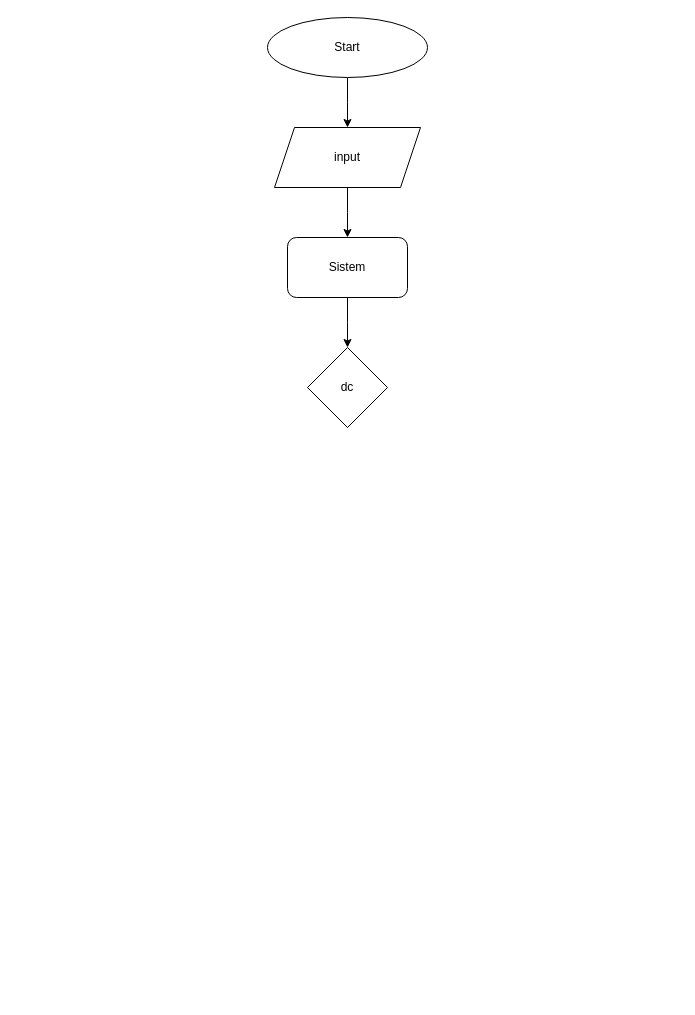
Before: FlowChartNilaiSiswa.drawio in gaminghubindo/Nilai-Siswa, a draw.io diagram. Source tidied: cells renumbered, new cells numbered last; positions are measured from the earlier drawing's top-left corner, leaving out a move shared by most shapes. Both pictures are drawn from the tidied source at 100%, with x=0, y=0 at pixel (267, 17).
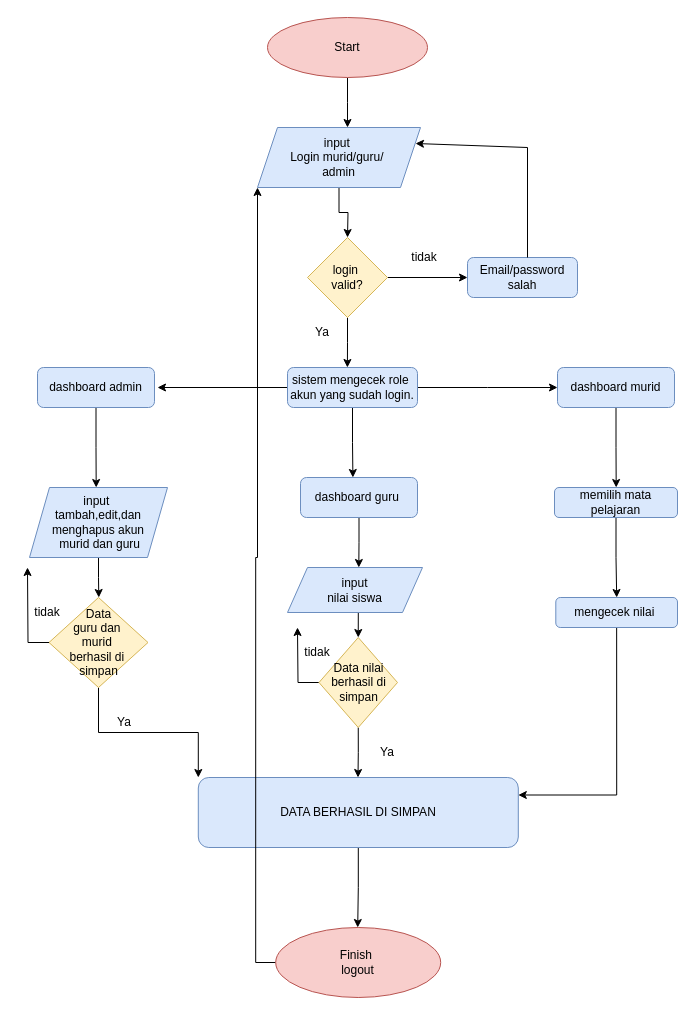
Above is the later version.

What changed in the source:
```diff
@@
-    <mxCell id="3" value="Start" style="ellipse;whiteSpace=wrap;html=1;" parent="1" vertex="1">
+    <mxCell id="3" value="Start" style="ellipse;whiteSpace=wrap;html=1;fillColor=#f8cecc;strokeColor=#b85450;" parent="1" vertex="1">
       <mxGeometry width="160" height="60" as="geometry" />
     </mxCell>
@@
-    <mxCell id="5" value="input" style="shape=parallelogram;perimeter=parallelogramPerimeter;whiteSpace=wrap;html=1;fixedSize=1;" parent="1" vertex="1">
-      <mxGeometry x="7" y="110" width="146" height="60" as="geometry" />
+    <mxCell id="5" value="input&amp;nbsp;&lt;div&gt;Login murid/guru/&amp;nbsp;&lt;div&gt;admin&lt;/div&gt;&lt;/div&gt;" style="shape=parallelogram;perimeter=parallelogramPerimeter;whiteSpace=wrap;html=1;fixedSize=1;fillColor=#dae8fc;strokeColor=#6c8ebf;" parent="1" vertex="1">
+      <mxGeometry x="-10" y="110" width="163" height="60" as="geometry" />
     </mxCell>
-    <mxCell id="6" style="edgeStyle=orthogonalEdgeStyle;rounded=0;jettySize=auto;html=1;exitX=0.5;exitY=1;exitDx=0;exitDy=0;" parent="1" edge="1" source="7">
-      <mxGeometry relative="1" as="geometry">
-        <mxPoint x="80" y="330" as="targetPoint" />
-      </mxGeometry>
-    </mxCell>
-    <mxCell id="7" value="Sistem" style="rounded=1;whiteSpace=wrap;html=1;" parent="1" vertex="1">
-      <mxGeometry x="20" y="220" width="120" height="60" as="geometry" />
-    </mxCell>
+    <mxCell id="9" style="edgeStyle=orthogonalEdgeStyle;rounded=0;jettySize=auto;html=1;exitX=0.5;exitY=1;exitDx=0;exitDy=0;" parent="1" edge="1" source="8">
+      <mxGeometry relative="1" as="geometry">
+        <mxPoint x="79.9" y="350" as="targetPoint" />
+      </mxGeometry>
+    </mxCell>
+    <mxCell id="10" style="edgeStyle=orthogonalEdgeStyle;rounded=0;jettySize=auto;html=1;exitX=1;exitY=0.5;exitDx=0;exitDy=0;entryX=0;entryY=0.5;entryDx=0;entryDy=0;" parent="1" edge="1" source="8" target="16">
+      <mxGeometry relative="1" as="geometry" />
+    </mxCell>
-    <mxCell id="8" value="dc" style="rhombus;whiteSpace=wrap;html=1;" parent="1" vertex="1">
-      <mxGeometry x="40" y="330" width="80" height="80" as="geometry" />
+    <mxCell id="8" value="login&amp;nbsp;&lt;div&gt;valid?&lt;/div&gt;" style="rhombus;whiteSpace=wrap;html=1;fillColor=#fff2cc;strokeColor=#d6b656;" parent="1" vertex="1">
+      <mxGeometry x="40" y="220" width="80" height="80" as="geometry" />
     </mxCell>
+    <mxCell id="11" value="Ya" style="text;html=1;align=center;verticalAlign=middle;whiteSpace=wrap;rounded=0;" parent="1" vertex="1">
+      <mxGeometry x="20" y="300" width="70" height="30" as="geometry" />
+    </mxCell>
+    <mxCell id="12" style="edgeStyle=orthogonalEdgeStyle;rounded=0;jettySize=auto;html=1;exitX=0.5;exitY=1;exitDx=0;exitDy=0;" parent="1" edge="1" source="15">
+      <mxGeometry relative="1" as="geometry">
+        <mxPoint x="85.4" y="460" as="targetPoint" />
+      </mxGeometry>
+    </mxCell>
+    <mxCell id="13" style="edgeStyle=orthogonalEdgeStyle;rounded=0;jettySize=auto;html=1;exitX=0;exitY=0.5;exitDx=0;exitDy=0;" parent="1" edge="1" source="15">
+      <mxGeometry relative="1" as="geometry">
+        <mxPoint x="-110" y="370" as="targetPoint" />
+      </mxGeometry>
+    </mxCell>
+    <mxCell id="14" style="edgeStyle=orthogonalEdgeStyle;rounded=0;jettySize=auto;html=1;exitX=1;exitY=0.5;exitDx=0;exitDy=0;" parent="1" edge="1" source="15">
+      <mxGeometry relative="1" as="geometry">
+        <mxPoint x="290" y="370" as="targetPoint" />
+      </mxGeometry>
+    </mxCell>
+    <mxCell id="15" value="sistem mengecek role&amp;nbsp;&lt;div&gt;akun yang sudah login.&lt;/div&gt;" style="rounded=1;whiteSpace=wrap;html=1;fillColor=#dae8fc;strokeColor=#6c8ebf;" parent="1" vertex="1">
+      <mxGeometry x="20" y="350" width="130" height="40" as="geometry" />
+    </mxCell>
+    <mxCell id="16" value="Email/password&lt;div&gt;salah&lt;/div&gt;" style="rounded=1;whiteSpace=wrap;html=1;fillColor=#dae8fc;strokeColor=#6c8ebf;" parent="1" vertex="1">
+      <mxGeometry x="200" y="240" width="110" height="40" as="geometry" />
+    </mxCell>
+    <mxCell id="17" value="tidak" style="text;html=1;align=center;verticalAlign=middle;whiteSpace=wrap;rounded=0;" parent="1" vertex="1">
+      <mxGeometry x="124" y="220" width="66" height="40" as="geometry" />
+    </mxCell>
+    <mxCell id="18" style="endArrow=none;html=1;rounded=0;" parent="1" edge="1">
+      <mxGeometry relative="1" as="geometry">
+        <mxPoint x="260" y="240" as="sourcePoint" />
+        <mxPoint x="260" y="130" as="targetPoint" />
+      </mxGeometry>
+    </mxCell>
+    <mxCell id="19" style="endArrow=classic;html=1;rounded=0;" parent="1" edge="1">
+      <mxGeometry relative="1" as="geometry">
+        <mxPoint x="260" y="130" as="sourcePoint" />
+        <mxPoint x="148" y="126" as="targetPoint" />
+      </mxGeometry>
+    </mxCell>
+    <mxCell id="20" style="edgeStyle=orthogonalEdgeStyle;rounded=0;jettySize=auto;html=1;exitX=0.5;exitY=1;exitDx=0;exitDy=0;" parent="1" edge="1" source="21">
+      <mxGeometry relative="1" as="geometry">
+        <mxPoint x="91.3" y="550" as="targetPoint" />
+      </mxGeometry>
+    </mxCell>
+    <mxCell id="21" value="dashboard guru&amp;nbsp;" style="rounded=1;whiteSpace=wrap;html=1;fillColor=#dae8fc;strokeColor=#6c8ebf;" parent="1" vertex="1">
+      <mxGeometry x="33" y="460" width="117" height="40" as="geometry" />
+    </mxCell>
+    <mxCell id="22" style="edgeStyle=orthogonalEdgeStyle;rounded=0;jettySize=auto;html=1;exitX=0.5;exitY=1;exitDx=0;exitDy=0;" parent="1" edge="1" source="23">
+      <mxGeometry relative="1" as="geometry">
+        <mxPoint x="-171.3" y="470" as="targetPoint" />
+      </mxGeometry>
+    </mxCell>
+    <mxCell id="23" value="dashboard admin" style="rounded=1;whiteSpace=wrap;html=1;fillColor=#dae8fc;strokeColor=#6c8ebf;" parent="1" vertex="1">
+      <mxGeometry x="-230" y="350" width="117" height="40" as="geometry" />
+    </mxCell>
+    <mxCell id="24" style="edgeStyle=orthogonalEdgeStyle;rounded=0;jettySize=auto;html=1;exitX=0.5;exitY=1;exitDx=0;exitDy=0;" parent="1" edge="1" source="25">
+      <mxGeometry relative="1" as="geometry">
+        <mxPoint x="348.7" y="470" as="targetPoint" />
+      </mxGeometry>
+    </mxCell>
+    <mxCell id="25" value="dashboard murid" style="rounded=1;whiteSpace=wrap;html=1;fillColor=#dae8fc;strokeColor=#6c8ebf;" parent="1" vertex="1">
+      <mxGeometry x="290" y="350" width="117" height="40" as="geometry" />
+    </mxCell>
+    <mxCell id="26" style="edgeStyle=orthogonalEdgeStyle;rounded=0;jettySize=auto;html=1;exitX=0.5;exitY=1;exitDx=0;exitDy=0;" parent="1" edge="1" source="27" target="29">
+      <mxGeometry relative="1" as="geometry" />
+    </mxCell>
+    <mxCell id="27" value="memilih mata pelajaran" style="rounded=1;whiteSpace=wrap;html=1;fillColor=#dae8fc;strokeColor=#6c8ebf;" parent="1" vertex="1">
+      <mxGeometry x="287" y="470" width="123" height="30" as="geometry" />
+    </mxCell>
+    <mxCell id="28" style="edgeStyle=orthogonalEdgeStyle;rounded=0;jettySize=auto;html=1;exitX=0.5;exitY=1;exitDx=0;exitDy=0;entryX=1;entryY=0.25;entryDx=0;entryDy=0;" parent="1" edge="1" source="29" target="45">
+      <mxGeometry relative="1" as="geometry" />
+    </mxCell>
+    <mxCell id="29" value="mengecek nilai&amp;nbsp;" style="rounded=1;whiteSpace=wrap;html=1;fillColor=#dae8fc;strokeColor=#6c8ebf;" parent="1" vertex="1">
+      <mxGeometry x="288.3" y="580" width="121.7" height="30" as="geometry" />
+    </mxCell>
+    <mxCell id="30" style="edgeStyle=orthogonalEdgeStyle;rounded=0;jettySize=auto;html=1;exitX=0.5;exitY=1;exitDx=0;exitDy=0;" parent="1" edge="1" source="31">
+      <mxGeometry relative="1" as="geometry">
+        <mxPoint x="-168.7" y="580" as="targetPoint" />
+      </mxGeometry>
+    </mxCell>
+    <mxCell id="31" value="input&amp;nbsp;&lt;div&gt;tambah,edit,dan menghapus akun&lt;/div&gt;&lt;div&gt;&amp;nbsp;murid dan guru&lt;/div&gt;" style="shape=parallelogram;perimeter=parallelogramPerimeter;whiteSpace=wrap;html=1;fixedSize=1;fillColor=#dae8fc;strokeColor=#6c8ebf;" parent="1" vertex="1">
+      <mxGeometry x="-238" y="470" width="138" height="70" as="geometry" />
+    </mxCell>
+    <mxCell id="32" style="edgeStyle=orthogonalEdgeStyle;rounded=0;jettySize=auto;html=1;exitX=0.5;exitY=1;exitDx=0;exitDy=0;entryX=0.5;entryY=0;entryDx=0;entryDy=0;" parent="1" edge="1" source="33" target="36">
+      <mxGeometry relative="1" as="geometry" />
+    </mxCell>
+    <mxCell id="33" value="input&lt;div&gt;nilai siswa&lt;/div&gt;" style="shape=parallelogram;perimeter=parallelogramPerimeter;whiteSpace=wrap;html=1;fixedSize=1;fillColor=#dae8fc;strokeColor=#6c8ebf;" parent="1" vertex="1">
+      <mxGeometry x="20" y="550" width="135" height="45" as="geometry" />
+    </mxCell>
+    <mxCell id="34" style="edgeStyle=orthogonalEdgeStyle;rounded=0;jettySize=auto;html=1;exitX=0.5;exitY=1;exitDx=0;exitDy=0;" parent="1" edge="1" source="36">
+      <mxGeometry relative="1" as="geometry">
+        <mxPoint x="90.5" y="760" as="targetPoint" />
+      </mxGeometry>
+    </mxCell>
+    <mxCell id="35" style="edgeStyle=orthogonalEdgeStyle;rounded=0;jettySize=auto;html=1;exitX=0;exitY=0.5;exitDx=0;exitDy=0;" parent="1" edge="1" source="36">
+      <mxGeometry relative="1" as="geometry">
+        <mxPoint x="30" y="610" as="targetPoint" />
+      </mxGeometry>
+    </mxCell>
+    <mxCell id="36" value="Data nilai berhasil di simpan" style="rhombus;whiteSpace=wrap;html=1;fillColor=#fff2cc;strokeColor=#d6b656;" parent="1" vertex="1">
+      <mxGeometry x="51.5" y="620" width="78.5" height="90" as="geometry" />
+    </mxCell>
+    <mxCell id="37" value="Ya" style="text;html=1;align=center;verticalAlign=middle;whiteSpace=wrap;rounded=0;" parent="1" vertex="1">
+      <mxGeometry x="90" y="720" width="60" height="30" as="geometry" />
+    </mxCell>
+    <mxCell id="38" value="tidak" style="text;html=1;align=center;verticalAlign=middle;whiteSpace=wrap;rounded=0;" parent="1" vertex="1">
+      <mxGeometry x="20" y="620" width="60" height="30" as="geometry" />
+    </mxCell>
+    <mxCell id="39" style="edgeStyle=orthogonalEdgeStyle;rounded=0;jettySize=auto;html=1;exitX=0.5;exitY=1;exitDx=0;exitDy=0;entryX=0;entryY=0;entryDx=0;entryDy=0;" parent="1" edge="1" source="41" target="45">
+      <mxGeometry relative="1" as="geometry" />
+    </mxCell>
+    <mxCell id="40" style="edgeStyle=orthogonalEdgeStyle;rounded=0;jettySize=auto;html=1;exitX=0;exitY=0.5;exitDx=0;exitDy=0;" parent="1" edge="1" source="41">
+      <mxGeometry relative="1" as="geometry">
+        <mxPoint x="-240" y="550" as="targetPoint" />
+      </mxGeometry>
+    </mxCell>
+    <mxCell id="41" value="Data&lt;div&gt;guru dan&amp;nbsp;&lt;/div&gt;&lt;div&gt;murid&amp;nbsp;&lt;/div&gt;&lt;div&gt;berhasil&amp;nbsp;&lt;span style=&quot;background-color: transparent; color: light-dark(rgb(0, 0, 0), rgb(255, 255, 255));&quot;&gt;di&amp;nbsp;&lt;/span&gt;&lt;/div&gt;&lt;div&gt;&lt;span style=&quot;background-color: transparent; color: light-dark(rgb(0, 0, 0), rgb(255, 255, 255));&quot;&gt;simpan&lt;/span&gt;&lt;/div&gt;" style="rhombus;whiteSpace=wrap;html=1;fillColor=#fff2cc;strokeColor=#d6b656;" parent="1" vertex="1">
+      <mxGeometry x="-218.5" y="580" width="99" height="90" as="geometry" />
+    </mxCell>
+    <mxCell id="42" value="Ya" style="text;html=1;align=center;verticalAlign=middle;whiteSpace=wrap;rounded=0;" parent="1" vertex="1">
+      <mxGeometry x="-173" y="690" width="60" height="30" as="geometry" />
+    </mxCell>
+    <mxCell id="43" value="tidak" style="text;html=1;align=center;verticalAlign=middle;whiteSpace=wrap;rounded=0;" parent="1" vertex="1">
+      <mxGeometry x="-250" y="580" width="60" height="30" as="geometry" />
+    </mxCell>
+    <mxCell id="44" style="edgeStyle=orthogonalEdgeStyle;rounded=0;jettySize=auto;html=1;exitX=0.5;exitY=1;exitDx=0;exitDy=0;" parent="1" edge="1" source="45">
+      <mxGeometry relative="1" as="geometry">
+        <mxPoint x="90.2" y="910" as="targetPoint" />
+      </mxGeometry>
+    </mxCell>
+    <mxCell id="45" value="DATA BERHASIL DI SIMPAN" style="rounded=1;whiteSpace=wrap;html=1;fillColor=#dae8fc;strokeColor=#6c8ebf;" parent="1" vertex="1">
+      <mxGeometry x="-69.2" y="760" width="320" height="70" as="geometry" />
+    </mxCell>
+    <mxCell id="46" style="edgeStyle=orthogonalEdgeStyle;rounded=0;jettySize=auto;html=1;exitX=0;exitY=0.5;exitDx=0;exitDy=0;entryX=0;entryY=1;entryDx=0;entryDy=0;" parent="1" edge="1" source="47" target="5">
+      <mxGeometry relative="1" as="geometry" />
+    </mxCell>
+    <mxCell id="47" value="Finish&amp;nbsp;&lt;div&gt;logout&lt;/div&gt;" style="ellipse;whiteSpace=wrap;html=1;fillColor=#f8cecc;strokeColor=#b85450;" parent="1" vertex="1">
+      <mxGeometry x="8.2" y="910" width="165" height="70" as="geometry" />
+    </mxCell>
```
